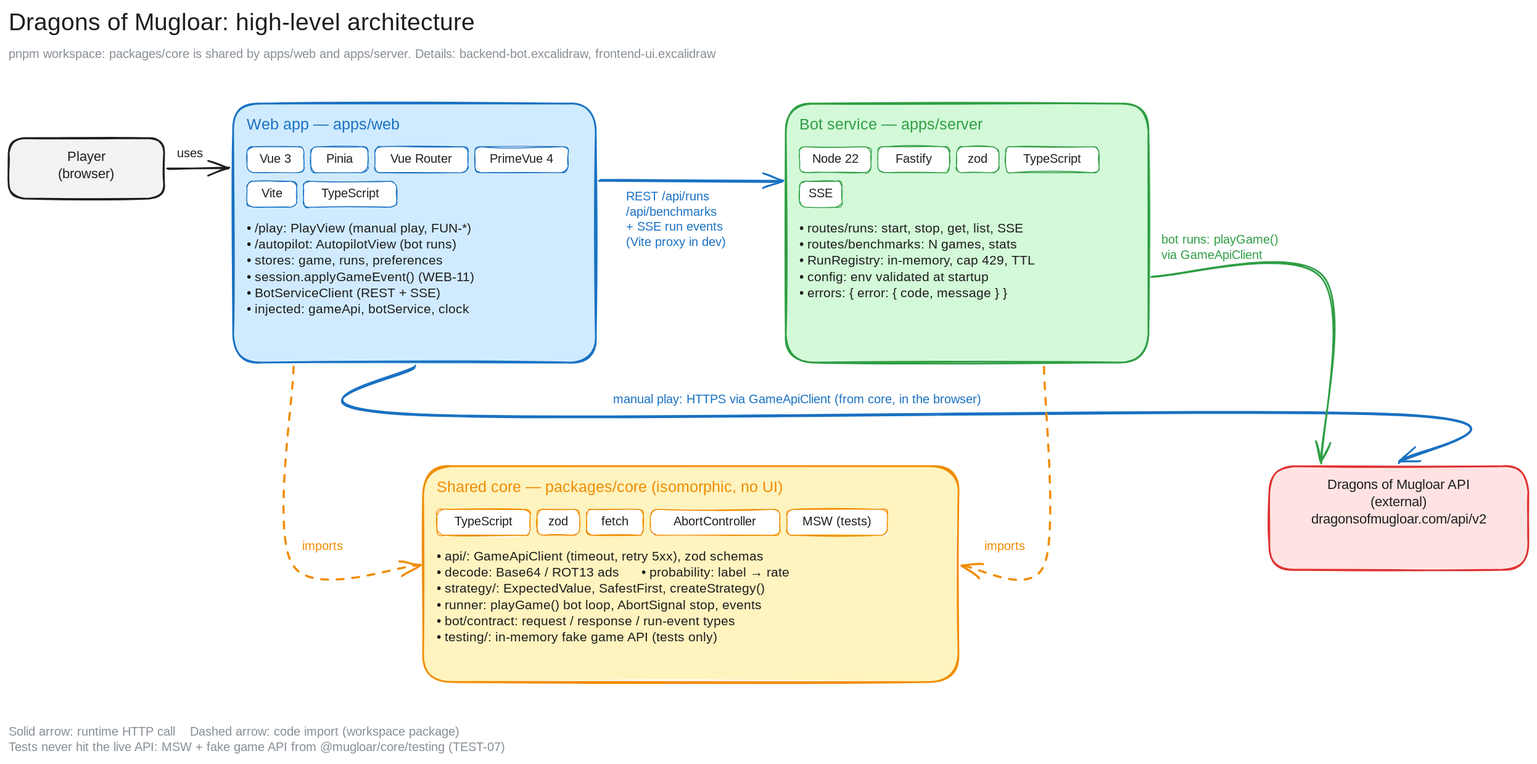
Before: docs/diagrams/architecture.excalidraw.svg, a diagram exported from Excalidraw (dbucardi/game-portifolio). Source tidied: one line per element, renumbered; positions are measured from the earlier drawing's top-left corner, leaving out a move shared by most shapes.
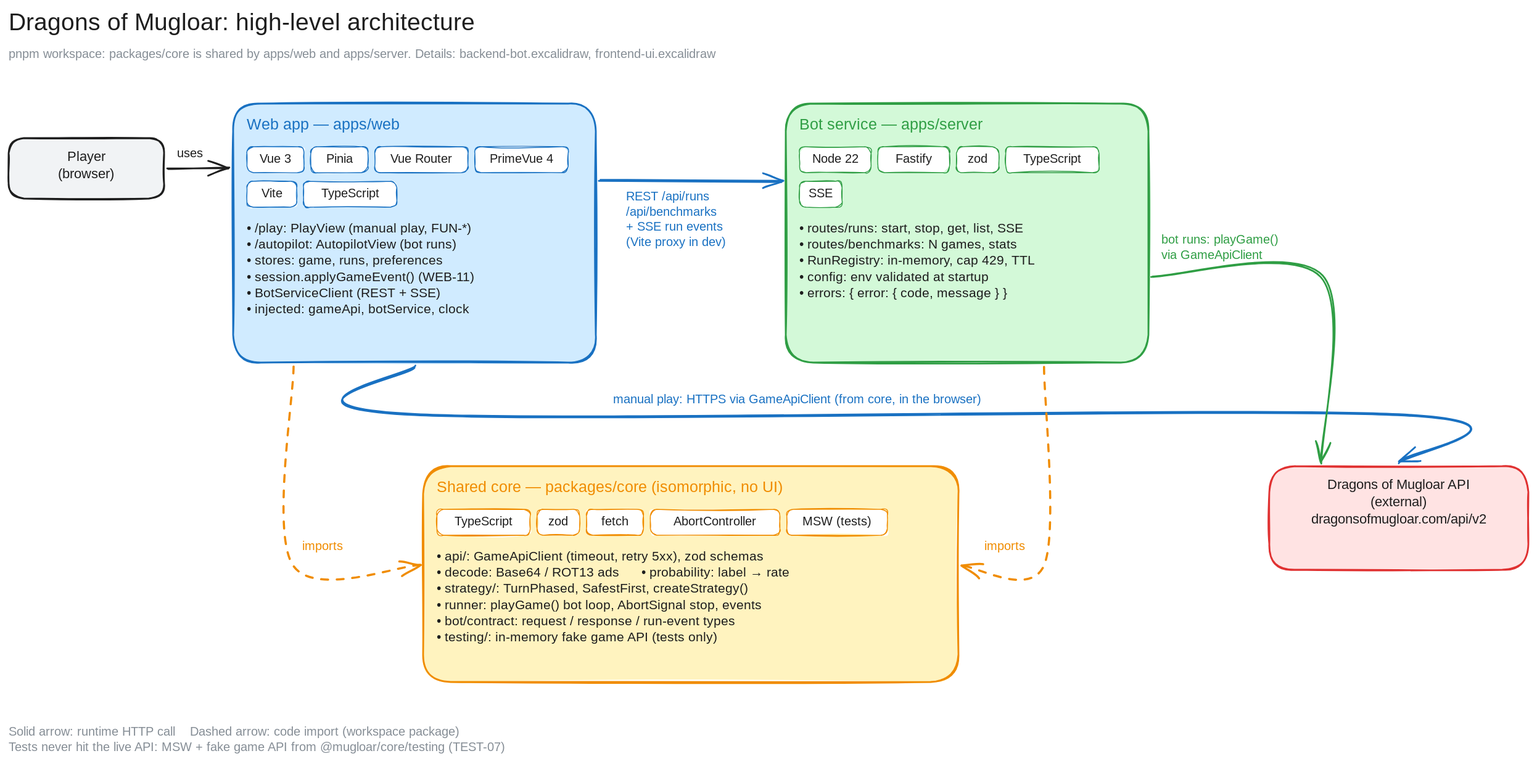
After the change.

The edit, as a diff of the source:
```diff
@@ -42,7 +42,7 @@
 {"id": 41, "type": "text", "text": "AbortController", "strokeColor": "#1e1e1e", "strokeWidth": 2, "roughness": 1, "fontSize": 14, "fontFamily": 5, "textAlign": "center", "verticalAlign": "middle", "inside": 40, "x": 747, "y": 586, "width": 142, "height": 18}
 {"id": 42, "type": "rectangle", "strokeColor": "#f08c00", "backgroundColor": "#ffffff", "fillStyle": "solid", "strokeWidth": 1, "roughness": 1, "round": true, "x": 901, "y": 580, "width": 116, "height": 30}
 {"id": 43, "type": "text", "text": "MSW (tests)", "strokeColor": "#1e1e1e", "strokeWidth": 2, "roughness": 1, "fontSize": 14, "fontFamily": 5, "textAlign": "center", "verticalAlign": "middle", "inside": 42, "x": 905, "y": 586, "width": 108, "height": 18}
-{"id": 44, "type": "text", "text": "• api/: GameApiClient (timeout, retry 5xx), zod schemas\n• decode: Base64 / ROT13 ads      • probability: label → rate\n• strategy/: ExpectedValue, SafestFirst, createStrategy()\n• runner: playGame() bot loop, AbortSignal stop, events\n• bot/contract: request / response / run-event types\n• testing/: in-memory fake game API (tests only)", "strokeColor": "#1e1e1e", "strokeWidth": 2, "roughness": 1, "fontSize": 15, "fontFamily": 5, "x": 496, "y": 626, "width": 503, "height": 112}
+{"id": 44, "type": "text", "text": "• api/: GameApiClient (timeout, retry 5xx), zod schemas\n• decode: Base64 / ROT13 ads      • probability: label → rate\n• strategy/: TurnPhased, SafestFirst, createStrategy()\n• runner: playGame() bot loop, AbortSignal stop, events\n• bot/contract: request / response / run-event types\n• testing/: in-memory fake game API (tests only)", "strokeColor": "#1e1e1e", "strokeWidth": 2, "roughness": 1, "fontSize": 15, "fontFamily": 5, "x": 496, "y": 626, "width": 503, "height": 112}
 {"id": 45, "type": "rectangle", "strokeColor": "#e03131", "backgroundColor": "#ffe3e3", "fillStyle": "solid", "strokeWidth": 2, "roughness": 1, "round": true, "x": 1460, "y": 530, "width": 300, "height": 120}
 {"id": 46, "type": "text", "text": "Dragons of Mugloar API\n(external)\ndragonsofmugloar.com/api/v2", "strokeColor": "#1e1e1e", "strokeWidth": 2, "roughness": 1, "fontSize": 16, "fontFamily": 5, "textAlign": "center", "inside": 45, "x": 1472, "y": 542, "width": 276, "height": 60}
 {"id": 47, "type": "arrow", "strokeColor": "#1e1e1e", "strokeWidth": 2, "roughness": 1, "endArrowhead": "arrow", "round": true, "from": 2, "to": 4, "x": 184, "y": 185, "width": 72, "height": 0, "points": [[0, 0], [72, 0]]}
```
